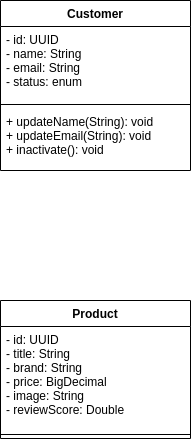
This is documentation/domain-class-diagram.drawio.png from mourao666/luizalabs-favorite-products, a draw.io export, as it was before one commit. Source tidied: cells renumbered, new cells last; positions are measured from the earlier drawing's top-left corner, leaving out a move shared by most shapes.
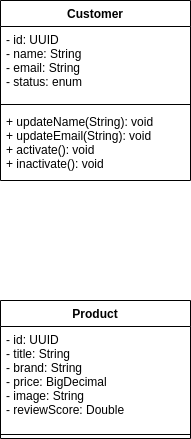
The same file after the commit.

Change to the diagram source:
```diff
@@ -3,7 +3,7 @@
     <mxCell id="0" />
     <mxCell id="1" parent="0" />
     <mxCell id="2" value="Customer" style="swimlane;fontStyle=1;align=center;verticalAlign=top;horizontal=1;startSize=26;hachureGap=4;" parent="1" vertex="1">
-      <mxGeometry width="190" height="170" as="geometry" />
+      <mxGeometry width="190" height="180" as="geometry" />
     </mxCell>
     <mxCell id="3" value="- id: UUID&#10;- name: String&#10;- email: String&#10;- status: enum" style="text;strokeColor=none;fillColor=none;align=left;verticalAlign=top;spacingLeft=4;spacingRight=4;overflow=hidden;" parent="2" vertex="1">
       <mxGeometry y="26" width="190" height="74" as="geometry" />
@@ -11,8 +11,8 @@
     <mxCell id="4" style="line;strokeWidth=1;fillColor=none;align=left;verticalAlign=middle;spacingTop=-1;spacingLeft=3;spacingRight=3;labelPosition=right;" parent="2" vertex="1">
       <mxGeometry y="100" width="190" height="8" as="geometry" />
     </mxCell>
-    <mxCell id="5" value="+ updateName(String): void&#10;+ updateEmail(String): void&#10;+ inactivate(): void" style="text;strokeColor=none;fillColor=none;align=left;verticalAlign=top;spacingLeft=4;spacingRight=4;overflow=hidden;" parent="2" vertex="1">
-      <mxGeometry y="108" width="190" height="62" as="geometry" />
+    <mxCell id="5" value="+ updateName(String): void&#10;+ updateEmail(String): void&#10;+ activate(): void&#10;+ inactivate(): void" style="text;strokeColor=none;fillColor=none;align=left;verticalAlign=top;spacingLeft=4;spacingRight=4;overflow=hidden;" parent="2" vertex="1">
+      <mxGeometry y="108" width="190" height="72" as="geometry" />
     </mxCell>
     <mxCell id="6" value="Product" style="swimlane;fontStyle=1;align=center;verticalAlign=top;horizontal=1;startSize=26;hachureGap=4;" parent="1" vertex="1">
       <mxGeometry y="300" width="190" height="138" as="geometry" />
```
